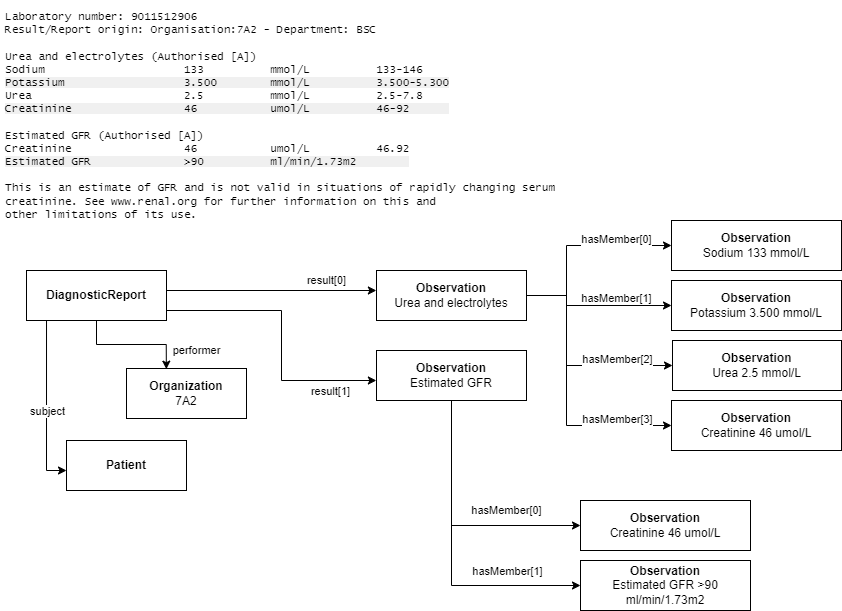
NHSWalesFHIR/NHSWales-fhir-profiles-R4 keeps this draw.io diagram as Diagrams/Diagram-DiagnosticReport-MultiplePanel.png. Above is the earlier version. Source tidied: cells renumbered, new cells last; positions are measured from the earlier drawing's top-left corner, leaving out a move shared by most shapes.
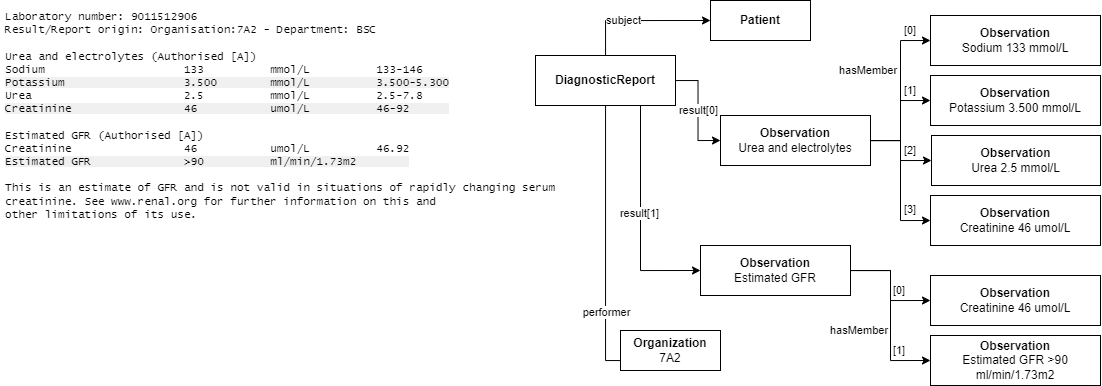
After the commit.

The edit, as a diff of the source:
```diff
@@ -8,141 +8,123 @@
       </mxGeometry>
     </mxCell>
     <mxCell id="3" value="&lt;span style=&quot;&quot;&gt;Laboratory number: 9011512906&lt;br style=&quot;font-size: 11px;&quot;&gt;Result/Report origin: Organisation:7A2 - Department: BSC&lt;br&gt;&lt;br&gt;&lt;/span&gt;&lt;span style=&quot;&quot;&gt;Urea and electrolytes (Authorised [A])&lt;br style=&quot;font-size: 11px;&quot;&gt;Sodium&lt;span style=&quot;font-size: 11px;&quot;&gt;&#9;&lt;/span&gt;&lt;span style=&quot;font-size: 11px;&quot;&gt;&#9;&lt;/span&gt;&lt;span style=&quot;font-size: 11px;&quot;&gt;&#9;&lt;/span&gt;&amp;nbsp; &amp;nbsp;&lt;span style=&quot;white-space: pre; font-size: 11px;&quot;&gt;&#9;&lt;span style=&quot;white-space: pre; font-size: 11px;&quot;&gt;&#9;&lt;/span&gt; &lt;/span&gt;&amp;nbsp;&amp;nbsp;133&lt;span style=&quot;white-space: pre; font-size: 11px;&quot;&gt;&#9;&lt;/span&gt;&lt;span style=&quot;white-space: pre; font-size: 11px;&quot;&gt;&#9;&lt;/span&gt;mmol/L&lt;span style=&quot;white-space: pre; font-size: 11px;&quot;&gt;&#9;&lt;/span&gt;&lt;span style=&quot;white-space: pre; font-size: 11px;&quot;&gt;&#9;&lt;/span&gt;133-146&lt;br style=&quot;font-size: 11px;&quot;&gt;&lt;span style=&quot;background-color: rgb(240, 240, 240);&quot;&gt;Potassium&lt;span style=&quot;font-size: 11px;&quot;&gt;&#9;&lt;/span&gt;&lt;span style=&quot;font-size: 11px;&quot;&gt;&#9;&lt;/span&gt;&amp;nbsp; &amp;nbsp;&lt;span style=&quot;font-size: 11px;&quot;&gt;&#9;&lt;/span&gt;&lt;span style=&quot;font-size: 11px;&quot;&gt;&#9;&lt;/span&gt;&amp;nbsp; &amp;nbsp;&lt;span style=&quot;white-space: pre; font-size: 11px;&quot;&gt;&#9;&lt;/span&gt;&amp;nbsp; &amp;nbsp;3.500&lt;span style=&quot;white-space: pre; font-size: 11px;&quot;&gt;&#9;&lt;/span&gt;mmol/L&lt;span style=&quot;white-space: pre; font-size: 11px;&quot;&gt;&#9;&lt;/span&gt;&lt;span style=&quot;white-space: pre; font-size: 11px;&quot;&gt;&#9;&lt;/span&gt;3.500-5.300&lt;/span&gt;&lt;br style=&quot;font-size: 11px;&quot;&gt;Urea&lt;span style=&quot;white-space: pre; font-size: 11px;&quot;&gt;&#9;&lt;/span&gt;&lt;span style=&quot;white-space: pre; font-size: 11px;&quot;&gt;&#9;&lt;/span&gt;&lt;span style=&quot;white-space: pre; font-size: 11px;&quot;&gt;&#9;&lt;/span&gt;&amp;nbsp; &amp;nbsp;2.5&lt;span style=&quot;white-space: pre; font-size: 11px;&quot;&gt;&#9;&lt;/span&gt;&lt;span style=&quot;white-space: pre; font-size: 11px;&quot;&gt;&#9;&lt;/span&gt;mmol/L&lt;span style=&quot;white-space: pre; font-size: 11px;&quot;&gt;&#9;&lt;/span&gt;&lt;span style=&quot;white-space: pre; font-size: 11px;&quot;&gt;&#9;&lt;/span&gt;2.5-7.8&lt;br style=&quot;font-size: 11px;&quot;&gt;&lt;span style=&quot;background-color: rgb(240, 240, 240);&quot;&gt;Creatinine&lt;span style=&quot;white-space: pre; font-size: 11px;&quot;&gt;&#9;&lt;/span&gt;&lt;span style=&quot;white-space: pre; font-size: 11px;&quot;&gt;&#9;&lt;/span&gt;&amp;nbsp; &amp;nbsp;46&lt;span style=&quot;white-space: pre; font-size: 11px;&quot;&gt;&#9;&lt;/span&gt;&lt;span style=&quot;white-space: pre; font-size: 11px;&quot;&gt;&#9;&lt;/span&gt;umol/L&lt;span style=&quot;white-space: pre; font-size: 11px;&quot;&gt;&#9;&lt;/span&gt;&lt;span style=&quot;white-space: pre; font-size: 11px;&quot;&gt;&#9;&lt;/span&gt;46-92&amp;nbsp; &amp;nbsp; &amp;nbsp;&amp;nbsp;&lt;br style=&quot;&quot;&gt;&lt;/span&gt;&lt;br style=&quot;&quot;&gt;Estimated GFR (Authorised [A])&lt;br style=&quot;font-size: 11px;&quot;&gt;Creatinine&lt;span style=&quot;white-space: pre; font-size: 11px;&quot;&gt;&#9;&lt;/span&gt;&lt;span style=&quot;white-space: pre; font-size: 11px;&quot;&gt;&#9;&lt;/span&gt;&amp;nbsp; &amp;nbsp;46 &lt;span style=&quot;white-space: pre; font-size: 11px;&quot;&gt;&#9;&lt;/span&gt;&lt;span style=&quot;white-space: pre; font-size: 11px;&quot;&gt;&#9;&lt;/span&gt;umol/L&lt;span style=&quot;white-space: pre; font-size: 11px;&quot;&gt;&#9;&lt;/span&gt;&lt;span style=&quot;white-space: pre; font-size: 11px;&quot;&gt;&#9;&lt;/span&gt;46.92&lt;br style=&quot;font-size: 11px;&quot;&gt;&lt;span style=&quot;background-color: rgb(240, 240, 240);&quot;&gt;Estimated GFR&lt;span style=&quot;white-space: pre; font-size: 11px;&quot;&gt;&#9;&lt;/span&gt;&lt;span style=&quot;white-space: pre; font-size: 11px;&quot;&gt;&#9;&lt;/span&gt;&amp;nbsp; &amp;nbsp;&amp;gt;90&amp;nbsp;&lt;span style=&quot;white-space: pre; font-size: 11px;&quot;&gt;&#9;&lt;/span&gt;&lt;span style=&quot;white-space: pre; font-size: 11px;&quot;&gt;&#9;&lt;/span&gt;ml/min/1.73m2&amp;nbsp; &amp;nbsp; &amp;nbsp; &amp;nbsp;&amp;nbsp;&lt;/span&gt;&lt;br style=&quot;font-size: 11px;&quot;&gt;&lt;br style=&quot;font-size: 11px;&quot;&gt;This is an estimate of GFR and is not valid in situations of rapidly changing serum creatinine. See www.renal.org for further information on this and &lt;br style=&quot;font-size: 11px;&quot;&gt;other limitations of its use.&lt;/span&gt;" style="rounded=0;whiteSpace=wrap;html=1;fontFamily=Lucida Console;fontSize=11;align=left;verticalAlign=top;fontStyle=0;strokeColor=none;spacingLeft=0;spacingBottom=0;spacing=5;" parent="1" vertex="1">
-      <mxGeometry width="580" height="280" as="geometry" />
+      <mxGeometry x="40" y="15" width="580" height="280" as="geometry" />
     </mxCell>
-    <mxCell id="4" value="result[0]" style="edgeStyle=orthogonalEdgeStyle;rounded=0;jettySize=auto;html=1;entryX=-0.001;entryY=0.394;entryDx=0;entryDy=0;exitX=1;exitY=0.5;exitDx=0;exitDy=0;entryPerimeter=0;" parent="1" edge="1" source="10" target="21">
-      <mxGeometry x="0.53" y="10" relative="1" as="geometry">
-        <Array as="points">
-          <mxPoint x="166" y="290" />
-          <mxPoint x="376" y="290" />
-        </Array>
-      </mxGeometry>
+    <mxCell id="4" value="result[0]" style="edgeStyle=orthogonalEdgeStyle;rounded=0;jettySize=auto;html=1;entryX=0;entryY=0.5;entryDx=0;entryDy=0;" parent="1" edge="1" source="10" target="21">
+      <mxGeometry relative="1" as="geometry" />
     </mxCell>
-    <mxCell id="5" value="performer" style="edgeStyle=orthogonalEdgeStyle;rounded=0;jettySize=auto;html=1;entryX=0.332;entryY=0.013;entryDx=0;entryDy=0;entryPerimeter=0;" parent="1" edge="1" source="10" target="29">
-      <mxGeometry x="0.69" y="30" relative="1" as="geometry" />
-    </mxCell>
-    <mxCell id="6" style="edgeStyle=orthogonalEdgeStyle;rounded=0;jettySize=auto;html=1;entryX=-0.001;entryY=0.615;entryDx=0;entryDy=0;entryPerimeter=0;" parent="1" edge="1" source="10" target="14">
-      <mxGeometry relative="1" as="geometry">
-        <Array as="points">
-          <mxPoint x="281" y="310" />
-          <mxPoint x="281" y="380" />
-          <mxPoint x="376" y="380" />
-        </Array>
-      </mxGeometry>
+    <mxCell id="6" style="edgeStyle=orthogonalEdgeStyle;rounded=0;jettySize=auto;html=1;exitX=0.75;exitY=1;exitDx=0;exitDy=0;entryX=0;entryY=0.5;entryDx=0;entryDy=0;fontSize=11;" parent="1" edge="1" source="10" target="14">
+      <mxGeometry relative="1" as="geometry" />
     </mxCell>
-    <mxCell id="7" value="result[1]" style="edgeLabel;html=1;align=center;verticalAlign=middle;" parent="6" vertex="1">
-      <mxGeometry x="0.56" y="-2" relative="1" as="geometry">
-        <mxPoint x="13" y="8" as="offset" />
-      </mxGeometry>
+    <mxCell id="7" value="result[1]" style="edgeLabel;html=1;align=center;verticalAlign=middle;fontSize=11;" parent="6" vertex="1">
+      <mxGeometry x="-0.04" y="-1" relative="1" as="geometry" />
     </mxCell>
-    <mxCell id="8" style="edgeStyle=orthogonalEdgeStyle;rounded=0;jettySize=auto;html=1;entryX=0;entryY=0.6;entryDx=0;entryDy=0;entryPerimeter=0;exitX=0.143;exitY=1.002;exitDx=0;exitDy=0;exitPerimeter=0;" parent="1" edge="1" source="10" target="30">
-      <mxGeometry relative="1" as="geometry" />
-    </mxCell>
+    <mxCell id="33" style="edgeStyle=orthogonalEdgeStyle;rounded=0;jettySize=auto;html=1;entryX=0;entryY=0.5;entryDx=0;entryDy=0;fontSize=11;" parent="1" edge="1" source="10" target="29">
+      <mxGeometry x="0.74" y="5" relative="1" as="geometry">
+        <Array as="points">
+          <mxPoint x="645" y="375" />
+          <mxPoint x="681" y="375" />
+        </Array>
+      </mxGeometry>
+    </mxCell>
+    <mxCell id="5" value="performer" style="edgeLabel;html=1;align=center;verticalAlign=middle;fontSize=11;" parent="33" vertex="1">
+      <mxGeometry x="0.28" relative="1" as="geometry" />
+    </mxCell>
-    <mxCell id="9" value="subject" style="edgeLabel;html=1;align=center;verticalAlign=middle;" parent="8" vertex="1">
-      <mxGeometry x="0.05" relative="1" as="geometry" />
+    <mxCell id="9" value="subject" style="edgeStyle=orthogonalEdgeStyle;rounded=0;jettySize=auto;html=1;exitX=0.25;exitY=0;exitDx=0;exitDy=0;entryX=0;entryY=0.5;entryDx=0;entryDy=0;fontSize=11;" parent="1" edge="1" source="10" target="30">
+      <mxGeometry relative="1" as="geometry">
+        <Array as="points">
+          <mxPoint x="645" y="70" />
+          <mxPoint x="645" y="35" />
+        </Array>
+      </mxGeometry>
     </mxCell>
     <mxCell id="10" value="&lt;b&gt;DiagnosticReport&lt;/b&gt;" style="rounded=0;whiteSpace=wrap;html=1;" parent="1" vertex="1">
-      <mxGeometry x="26" y="270" width="140" height="50" as="geometry" />
+      <mxGeometry x="575" y="70" width="140" height="50" as="geometry" />
     </mxCell>
-    <mxCell id="11" value="hasMember[0]" style="edgeStyle=orthogonalEdgeStyle;rounded=0;jettySize=auto;html=1;entryX=0;entryY=0.5;entryDx=0;entryDy=0;" parent="1" edge="1" source="14" target="26">
-      <mxGeometry x="0.42" y="15" relative="1" as="geometry">
-        <Array as="points">
-          <mxPoint x="451" y="525" />
-        </Array>
-      </mxGeometry>
+    <mxCell id="11" style="edgeStyle=orthogonalEdgeStyle;rounded=0;jettySize=auto;html=1;entryX=0;entryY=0.5;entryDx=0;entryDy=0;" parent="1" edge="1" source="14" target="26">
+      <mxGeometry relative="1" as="geometry" />
     </mxCell>
     <mxCell id="12" style="edgeStyle=orthogonalEdgeStyle;rounded=0;jettySize=auto;html=1;entryX=0;entryY=0.5;entryDx=0;entryDy=0;" parent="1" edge="1" source="14" target="27">
-      <mxGeometry relative="1" as="geometry">
-        <Array as="points">
-          <mxPoint x="451" y="585" />
-        </Array>
-      </mxGeometry>
+      <mxGeometry relative="1" as="geometry" />
     </mxCell>
-    <mxCell id="13" value="hasMember[1]" style="edgeLabel;html=1;align=center;verticalAlign=middle;" parent="12" vertex="1">
-      <mxGeometry x="0.44" y="1" relative="1" as="geometry">
-        <mxPoint x="14" y="-14" as="offset" />
-      </mxGeometry>
-    </mxCell>
     <mxCell id="14" value="&lt;b&gt;Observation&lt;/b&gt;&lt;br&gt;Estimated GFR" style="rounded=0;whiteSpace=wrap;html=1;" parent="1" vertex="1">
-      <mxGeometry x="376" y="350" width="150" height="50" as="geometry" />
+      <mxGeometry x="740" y="260" width="150" height="50" as="geometry" />
     </mxCell>
     <mxCell id="15" style="edgeStyle=orthogonalEdgeStyle;rounded=0;jettySize=auto;html=1;entryX=0;entryY=0.5;entryDx=0;entryDy=0;" parent="1" edge="1" source="21" target="22">
-      <mxGeometry relative="1" as="geometry">
-        <Array as="points">
-          <mxPoint x="566" y="295" />
-          <mxPoint x="566" y="245" />
-        </Array>
+      <mxGeometry x="0.62" y="11" relative="1" as="geometry">
+        <mxPoint x="-10" y="6" as="offset" />
       </mxGeometry>
     </mxCell>
-    <mxCell id="16" value="hasMember[0]" style="edgeLabel;html=1;align=center;verticalAlign=middle;" parent="15" vertex="1">
-      <mxGeometry x="0.52" y="-3" relative="1" as="geometry">
-        <mxPoint x="-8" y="-10" as="offset" />
-      </mxGeometry>
-    </mxCell>
     <mxCell id="17" style="edgeStyle=orthogonalEdgeStyle;rounded=0;jettySize=auto;html=1;entryX=0;entryY=0.5;entryDx=0;entryDy=0;" parent="1" edge="1" source="21" target="23">
-      <mxGeometry relative="1" as="geometry">
-        <Array as="points">
-          <mxPoint x="566" y="295" />
-          <mxPoint x="566" y="305" />
-        </Array>
+      <mxGeometry x="0.4" y="18" relative="1" as="geometry">
+        <mxPoint x="-10" y="3" as="offset" />
       </mxGeometry>
     </mxCell>
-    <mxCell id="18" value="hasMember[1]" style="edgeLabel;html=1;align=center;verticalAlign=middle;" parent="17" vertex="1">
-      <mxGeometry x="0.44" y="-2" relative="1" as="geometry">
-        <mxPoint x="-12" y="-10" as="offset" />
-      </mxGeometry>
-    </mxCell>
     <mxCell id="19" style="edgeStyle=orthogonalEdgeStyle;rounded=0;jettySize=auto;html=1;entryX=0;entryY=0.5;entryDx=0;entryDy=0;" parent="1" edge="1" source="21" target="24">
-      <mxGeometry relative="1" as="geometry">
+      <mxGeometry x="0.25" y="-18" relative="1" as="geometry">
         <Array as="points">
-          <mxPoint x="566" y="295" />
-          <mxPoint x="566" y="365" />
+          <mxPoint x="940" y="155" />
+          <mxPoint x="940" y="175" />
         </Array>
+        <mxPoint x="-10" y="-3" as="offset" />
       </mxGeometry>
     </mxCell>
     <mxCell id="20" style="edgeStyle=orthogonalEdgeStyle;rounded=0;jettySize=auto;html=1;entryX=0;entryY=0.5;entryDx=0;entryDy=0;" parent="1" edge="1" source="21" target="25">
-      <mxGeometry relative="1" as="geometry">
-        <Array as="points">
-          <mxPoint x="566" y="295" />
-          <mxPoint x="566" y="425" />
-        </Array>
-      </mxGeometry>
+      <mxGeometry x="0.5" y="-20" relative="1" as="geometry" />
     </mxCell>
     <mxCell id="21" value="&lt;b&gt;Observation&lt;/b&gt;&lt;br&gt;Urea and electrolytes" style="rounded=0;whiteSpace=wrap;html=1;" parent="1" vertex="1">
-      <mxGeometry x="376" y="270" width="150" height="50" as="geometry" />
+      <mxGeometry x="760" y="130" width="150" height="50" as="geometry" />
     </mxCell>
     <mxCell id="22" value="&lt;b&gt;Observation&lt;/b&gt;&lt;br&gt;Sodium 133 mmol/L" style="rounded=0;whiteSpace=wrap;html=1;" parent="1" vertex="1">
-      <mxGeometry x="671" y="220" width="170" height="50" as="geometry" />
+      <mxGeometry x="970" y="30" width="170" height="50" as="geometry" />
     </mxCell>
     <mxCell id="23" value="&lt;b&gt;Observation&lt;/b&gt;&lt;br&gt;Potassium 3.500 mmol/L" style="rounded=0;whiteSpace=wrap;html=1;" parent="1" vertex="1">
-      <mxGeometry x="671" y="280" width="170" height="50" as="geometry" />
+      <mxGeometry x="970" y="90" width="170" height="50" as="geometry" />
     </mxCell>
     <mxCell id="24" value="&lt;b&gt;Observation&lt;/b&gt;&lt;br&gt;Urea 2.5 mmol/L" style="rounded=0;whiteSpace=wrap;html=1;" parent="1" vertex="1">
-      <mxGeometry x="672" y="340" width="169" height="50" as="geometry" />
+      <mxGeometry x="971" y="150" width="169" height="50" as="geometry" />
     </mxCell>
     <mxCell id="25" value="&lt;b&gt;Observation&lt;/b&gt;&lt;br&gt;Creatinine 46 umol/L" style="rounded=0;whiteSpace=wrap;html=1;" parent="1" vertex="1">
-      <mxGeometry x="671" y="400" width="170" height="50" as="geometry" />
+      <mxGeometry x="970" y="210" width="170" height="50" as="geometry" />
     </mxCell>
     <mxCell id="26" value="&lt;b&gt;Observation&lt;/b&gt;&lt;br&gt;Creatinine 46 umol/L" style="rounded=0;whiteSpace=wrap;html=1;" parent="1" vertex="1">
-      <mxGeometry x="580" y="500" width="170" height="50" as="geometry" />
+      <mxGeometry x="970" y="290" width="170" height="50" as="geometry" />
     </mxCell>
     <mxCell id="27" value="&lt;b&gt;Observation&lt;/b&gt;&lt;br&gt;Estimated GFR &amp;gt;90&lt;br&gt;ml/min/1.73m2" style="rounded=0;whiteSpace=wrap;html=1;" parent="1" vertex="1">
-      <mxGeometry x="580" y="560" width="170" height="50" as="geometry" />
+      <mxGeometry x="970" y="350" width="170" height="50" as="geometry" />
     </mxCell>
     <mxCell id="28" style="edgeStyle=orthogonalEdgeStyle;curved=1;orthogonalLoop=1;jettySize=auto;html=1;exitX=0.5;exitY=1;exitDx=0;exitDy=0;fontFamily=Helvetica;fontSize=11;endArrow=block;endFill=1;" parent="1" edge="1" source="10" target="10">
       <mxGeometry relative="1" as="geometry" />
     </mxCell>
     <mxCell id="29" value="&lt;b&gt;Organization&lt;/b&gt;&lt;br&gt;7A2" style="rounded=0;whiteSpace=wrap;html=1;" parent="1" vertex="1">
-      <mxGeometry x="126" y="368" width="120" height="50" as="geometry" />
+      <mxGeometry x="660" y="345" width="100" height="40" as="geometry" />
     </mxCell>
+    <mxCell id="34" value="hasMember" style="text;html=1;strokeColor=none;fillColor=none;align=center;verticalAlign=middle;whiteSpace=wrap;rounded=0;fontSize=11;" parent="1" vertex="1">
+      <mxGeometry x="878" y="70" width="60" height="30" as="geometry" />
+    </mxCell>
+    <mxCell id="35" value="[0]" style="text;html=1;align=center;verticalAlign=middle;whiteSpace=wrap;rounded=0;fontSize=11;" parent="1" vertex="1">
+      <mxGeometry x="940" y="35" width="20" height="20" as="geometry" />
+    </mxCell>
+    <mxCell id="36" value="[1]" style="text;html=1;align=center;verticalAlign=middle;whiteSpace=wrap;rounded=0;fontSize=11;" parent="1" vertex="1">
+      <mxGeometry x="940" y="95" width="20" height="20" as="geometry" />
+    </mxCell>
+    <mxCell id="37" value="[2]" style="text;html=1;align=center;verticalAlign=middle;whiteSpace=wrap;rounded=0;fontSize=11;" parent="1" vertex="1">
+      <mxGeometry x="940" y="155" width="20" height="20" as="geometry" />
+    </mxCell>
+    <mxCell id="38" value="[3]" style="text;html=1;align=center;verticalAlign=middle;whiteSpace=wrap;rounded=0;fontSize=11;" parent="1" vertex="1">
+      <mxGeometry x="940" y="214" width="20" height="20" as="geometry" />
+    </mxCell>
+    <mxCell id="39" value="hasMember" style="text;html=1;strokeColor=none;fillColor=none;align=center;verticalAlign=middle;whiteSpace=wrap;rounded=0;fontSize=11;" parent="1" vertex="1">
+      <mxGeometry x="869" y="330" width="60" height="30" as="geometry" />
+    </mxCell>
+    <mxCell id="40" value="[0]" style="text;html=1;align=center;verticalAlign=middle;whiteSpace=wrap;rounded=0;fontSize=11;" parent="1" vertex="1">
+      <mxGeometry x="929" y="295" width="20" height="20" as="geometry" />
+    </mxCell>
+    <mxCell id="41" value="[1]" style="text;html=1;align=center;verticalAlign=middle;whiteSpace=wrap;rounded=0;fontSize=11;" parent="1" vertex="1">
+      <mxGeometry x="929" y="355" width="20" height="20" as="geometry" />
+    </mxCell>
     <mxCell id="30" value="&lt;b&gt;Patient&lt;/b&gt;" style="rounded=0;whiteSpace=wrap;html=1;" parent="1" vertex="1">
-      <mxGeometry x="66" y="440" width="120" height="50" as="geometry" />
+      <mxGeometry x="750" y="15" width="100" height="40" as="geometry" />
     </mxCell>
-    <mxCell id="31" value="hasMember[2]" style="edgeLabel;html=1;align=center;verticalAlign=middle;" parent="1" vertex="1">
-      <mxGeometry x="616" y="358" as="geometry" />
-    </mxCell>
-    <mxCell id="32" value="hasMember[3]" style="edgeLabel;html=1;align=center;verticalAlign=middle;" parent="1" vertex="1">
-      <mxGeometry x="616" y="418" as="geometry" />
-    </mxCell>
   </root>
 </mxGraphModel>
```
